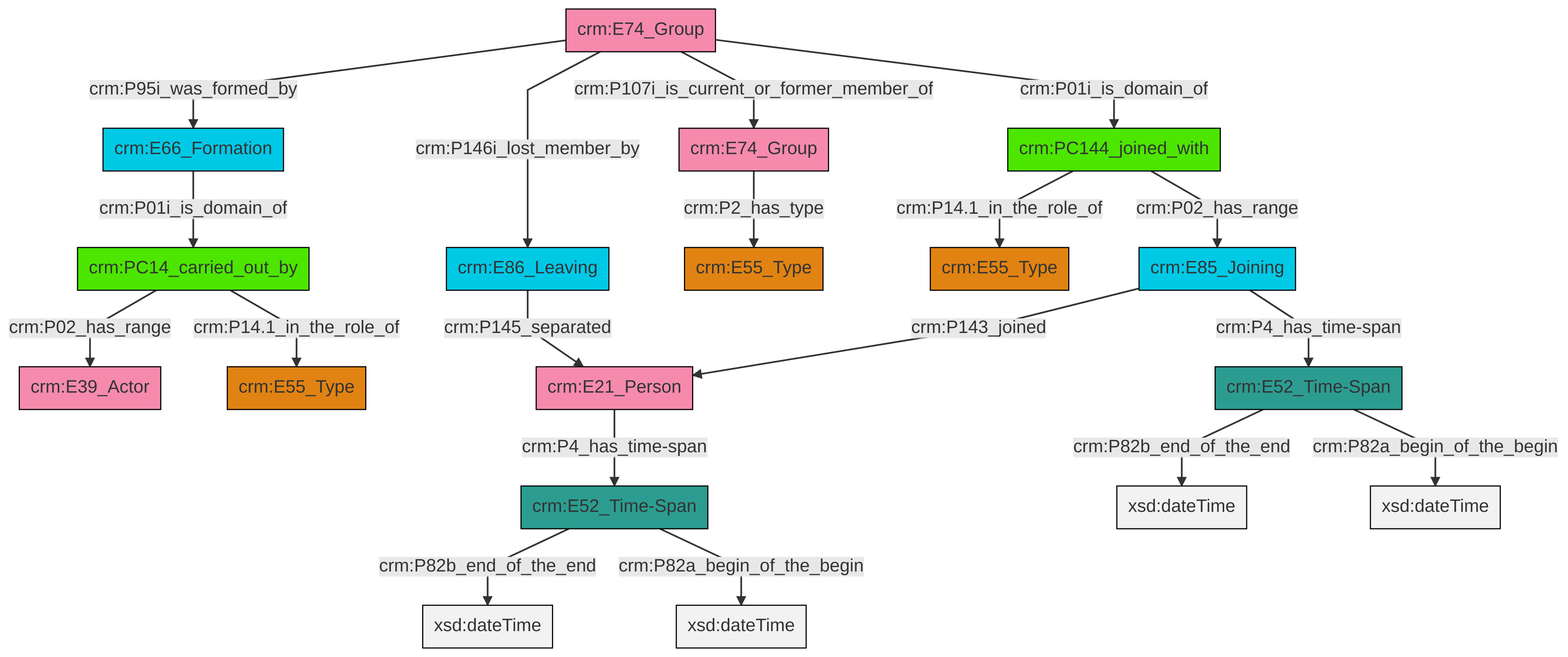
Before: et/groupCSV/ttl/mmd/png/group_actor_relations.png, a diagram exported from Mermaid (swiss-art-research-net/docs.swissartresearch). Its source is kept beside it as et/groupCSV/ttl/mmd/group_actor_relations.ttl.mmd.
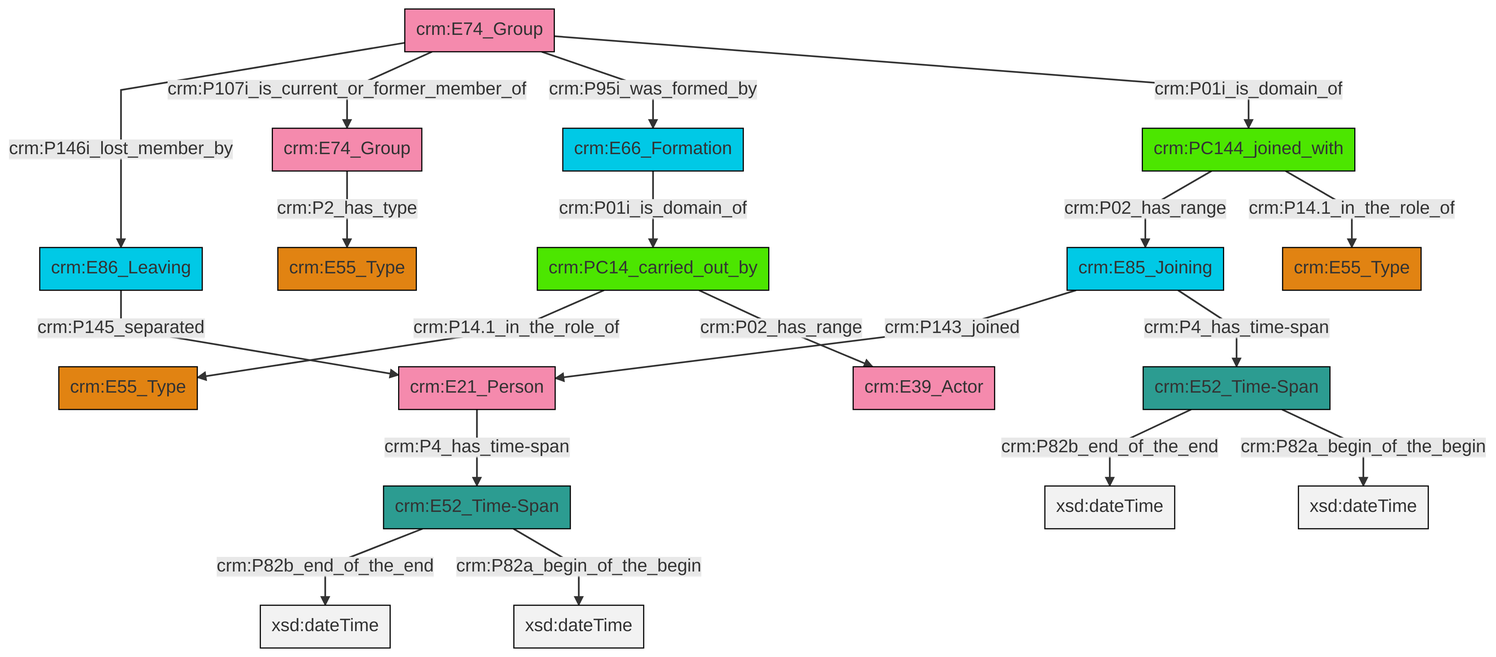
After the change.

What changed in the source:
```diff
@@ -13,21 +13,21 @@
 classDef PC_Classes fill:#4ce600, stroke:#000000;
 classDef Multi fill:#cccccc,stroke:#000000;
 
-0["crm:E74_Group"]:::Actor -->|crm:P95i_was_formed_by| 1["crm:E66_Formation"]:::Temporal_Entity
-0["crm:E74_Group"]:::Actor -->|crm:P146i_lost_member_by| 6["crm:E86_Leaving"]:::Temporal_Entity
-4["crm:E85_Joining"]:::Temporal_Entity -->|crm:P143_joined| 7["crm:E21_Person"]:::Actor
-8["crm:E52_Time-Span"]:::Time-Span -->|crm:P82b_end_of_the_end| 9[xsd:dateTime]:::Literal
-11["crm:PC14_carried_out_by"]:::PC_Classes -->|crm:P02_has_range| 2["crm:E39_Actor"]:::Actor
-16["crm:E52_Time-Span"]:::Time-Span -->|crm:P82b_end_of_the_end| 17[xsd:dateTime]:::Literal
-14["crm:PC144_joined_with"]:::PC_Classes -->|crm:P14.1_in_the_role_of| 20["crm:E55_Type"]:::Type
-14["crm:PC144_joined_with"]:::PC_Classes -->|crm:P02_has_range| 4["crm:E85_Joining"]:::Temporal_Entity
-0["crm:E74_Group"]:::Actor -->|crm:P107i_is_current_or_former_member_of| 22["crm:E74_Group"]:::Actor
-16["crm:E52_Time-Span"]:::Time-Span -->|crm:P82a_begin_of_the_begin| 23[xsd:dateTime]:::Literal
-4["crm:E85_Joining"]:::Temporal_Entity -->|crm:P4_has_time-span| 16["crm:E52_Time-Span"]:::Time-Span
-1["crm:E66_Formation"]:::Temporal_Entity -->|crm:P01i_is_domain_of| 11["crm:PC14_carried_out_by"]:::PC_Classes
-8["crm:E52_Time-Span"]:::Time-Span -->|crm:P82a_begin_of_the_begin| 28[xsd:dateTime]:::Literal
-7["crm:E21_Person"]:::Actor -->|crm:P4_has_time-span| 8["crm:E52_Time-Span"]:::Time-Span
-6["crm:E86_Leaving"]:::Temporal_Entity -->|crm:P145_separated| 7["crm:E21_Person"]:::Actor
-0["crm:E74_Group"]:::Actor -->|crm:P01i_is_domain_of| 14["crm:PC144_joined_with"]:::PC_Classes
-22["crm:E74_Group"]:::Actor -->|crm:P2_has_type| 32["crm:E55_Type"]:::Type
-11["crm:PC14_carried_out_by"]:::PC_Classes -->|crm:P14.1_in_the_role_of| 12["crm:E55_Type"]:::Type
+0["crm:PC144_joined_with"]:::PC_Classes -->|crm:P02_has_range| 1["crm:E85_Joining"]:::Temporal_Entity
+1["crm:E85_Joining"]:::Temporal_Entity -->|crm:P143_joined| 2["crm:E21_Person"]:::Actor
+3["crm:E74_Group"]:::Actor -->|crm:P2_has_type| 4["crm:E55_Type"]:::Type
+6["crm:E52_Time-Span"]:::Time-Span -->|crm:P82b_end_of_the_end| 7[xsd:dateTime]:::Literal
+0["crm:PC144_joined_with"]:::PC_Classes -->|crm:P14.1_in_the_role_of| 8["crm:E55_Type"]:::Type
+9["crm:E52_Time-Span"]:::Time-Span -->|crm:P82b_end_of_the_end| 10[xsd:dateTime]:::Literal
+12["crm:PC14_carried_out_by"]:::PC_Classes -->|crm:P14.1_in_the_role_of| 13["crm:E55_Type"]:::Type
+14["crm:E74_Group"]:::Actor -->|crm:P146i_lost_member_by| 15["crm:E86_Leaving"]:::Temporal_Entity
+14["crm:E74_Group"]:::Actor -->|crm:P107i_is_current_or_former_member_of| 3["crm:E74_Group"]:::Actor
+14["crm:E74_Group"]:::Actor -->|crm:P95i_was_formed_by| 20["crm:E66_Formation"]:::Temporal_Entity
+6["crm:E52_Time-Span"]:::Time-Span -->|crm:P82a_begin_of_the_begin| 23[xsd:dateTime]:::Literal
+2["crm:E21_Person"]:::Actor -->|crm:P4_has_time-span| 9["crm:E52_Time-Span"]:::Time-Span
+1["crm:E85_Joining"]:::Temporal_Entity -->|crm:P4_has_time-span| 6["crm:E52_Time-Span"]:::Time-Span
+15["crm:E86_Leaving"]:::Temporal_Entity -->|crm:P145_separated| 2["crm:E21_Person"]:::Actor
+9["crm:E52_Time-Span"]:::Time-Span -->|crm:P82a_begin_of_the_begin| 31[xsd:dateTime]:::Literal
+20["crm:E66_Formation"]:::Temporal_Entity -->|crm:P01i_is_domain_of| 12["crm:PC14_carried_out_by"]:::PC_Classes
+14["crm:E74_Group"]:::Actor -->|crm:P01i_is_domain_of| 0["crm:PC144_joined_with"]:::PC_Classes
+12["crm:PC14_carried_out_by"]:::PC_Classes -->|crm:P02_has_range| 18["crm:E39_Actor"]:::Actor
```
